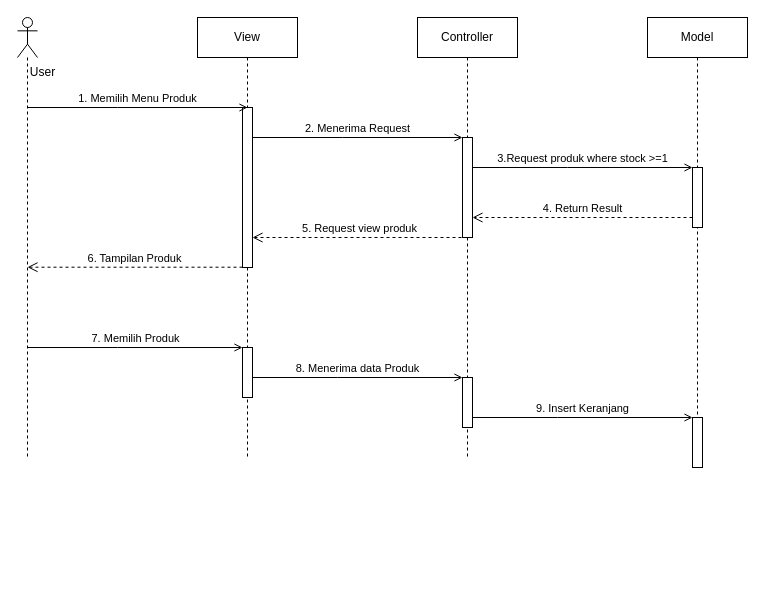
This is page "addCart_sequernce" (5 of 8) of sequence.drawio from ThikerXCX/umltoko, a draw.io file, before an edit. Source tidied: cells renumbered, new cells numbered last; positions are measured from the earlier drawing's top-left corner, leaving out a move shared by most shapes. Both pictures are drawn from the tidied source at 100%, with x=0, y=0 at pixel (17, 17).
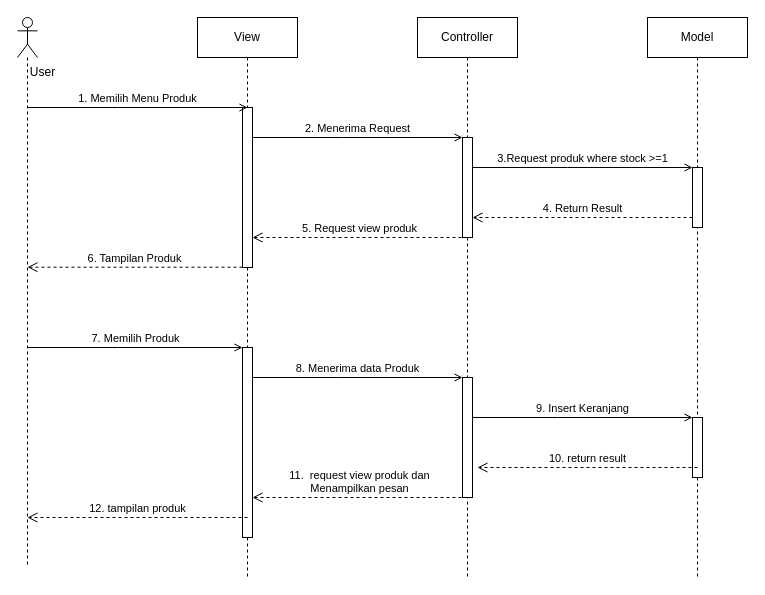
Above is the later version.

Diff of the diagram source:
```diff
@@
     <mxCell id="2" style="shape=umlLifeline;perimeter=lifelinePerimeter;whiteSpace=wrap;html=1;outlineConnect=0;portConstraint=eastwest;newEdgeStyle={&quot;edgeStyle&quot;:&quot;elbowEdgeStyle&quot;,&quot;elbow&quot;:&quot;vertical&quot;,&quot;curved&quot;:0,&quot;rounded&quot;:0};participant=umlActor;" parent="1" vertex="1">
-      <mxGeometry width="20" height="440" as="geometry" />
+      <mxGeometry width="20" height="550" as="geometry" />
     </mxCell>
     <mxCell id="3" value="View" style="shape=umlLifeline;perimeter=lifelinePerimeter;whiteSpace=wrap;html=1;newEdgeStyle={&quot;edgeStyle&quot;:&quot;elbowEdgeStyle&quot;,&quot;elbow&quot;:&quot;vertical&quot;,&quot;curved&quot;:0,&quot;rounded&quot;:0};" parent="1" vertex="1">
-      <mxGeometry x="180" width="100" height="440" as="geometry" />
+      <mxGeometry x="180" width="100" height="560" as="geometry" />
     </mxCell>
@@
     <mxCell id="5" style="html=1;points=[];perimeter=orthogonalPerimeter;outlineConnect=0;targetShapes=umlLifeline;portConstraint=eastwest;newEdgeStyle={&quot;edgeStyle&quot;:&quot;elbowEdgeStyle&quot;,&quot;elbow&quot;:&quot;vertical&quot;,&quot;curved&quot;:0,&quot;rounded&quot;:0};" parent="3" vertex="1">
-      <mxGeometry x="45" y="330" width="10" height="50" as="geometry" />
+      <mxGeometry x="45" y="330" width="10" height="190" as="geometry" />
     </mxCell>
@@
     <mxCell id="7" value="Controller" style="shape=umlLifeline;perimeter=lifelinePerimeter;whiteSpace=wrap;html=1;newEdgeStyle={&quot;edgeStyle&quot;:&quot;elbowEdgeStyle&quot;,&quot;elbow&quot;:&quot;vertical&quot;,&quot;curved&quot;:0,&quot;rounded&quot;:0};" parent="1" vertex="1">
-      <mxGeometry x="400" width="100" height="440" as="geometry" />
+      <mxGeometry x="400" width="100" height="560" as="geometry" />
     </mxCell>
@@
     <mxCell id="9" style="html=1;points=[];perimeter=orthogonalPerimeter;outlineConnect=0;targetShapes=umlLifeline;portConstraint=eastwest;newEdgeStyle={&quot;edgeStyle&quot;:&quot;elbowEdgeStyle&quot;,&quot;elbow&quot;:&quot;vertical&quot;,&quot;curved&quot;:0,&quot;rounded&quot;:0};" parent="7" vertex="1">
-      <mxGeometry x="45" y="360" width="10" height="50" as="geometry" />
+      <mxGeometry x="45" y="360" width="10" height="120" as="geometry" />
     </mxCell>
     <mxCell id="10" value="Model" style="shape=umlLifeline;perimeter=lifelinePerimeter;whiteSpace=wrap;html=1;newEdgeStyle={&quot;edgeStyle&quot;:&quot;elbowEdgeStyle&quot;,&quot;elbow&quot;:&quot;vertical&quot;,&quot;curved&quot;:0,&quot;rounded&quot;:0};" parent="1" vertex="1">
-      <mxGeometry x="630" width="100" height="450" as="geometry" />
+      <mxGeometry x="630" width="100" height="560" as="geometry" />
     </mxCell>
@@
     <mxCell id="12" style="html=1;points=[];perimeter=orthogonalPerimeter;outlineConnect=0;targetShapes=umlLifeline;portConstraint=eastwest;newEdgeStyle={&quot;edgeStyle&quot;:&quot;elbowEdgeStyle&quot;,&quot;elbow&quot;:&quot;vertical&quot;,&quot;curved&quot;:0,&quot;rounded&quot;:0};" parent="10" vertex="1">
-      <mxGeometry x="45" y="400" width="10" height="50" as="geometry" />
+      <mxGeometry x="45" y="400" width="10" height="60" as="geometry" />
     </mxCell>
@@
+    <mxCell id="22" value="12. tampilan produk" style="endArrow=open;startArrow=none;endFill=0;startFill=0;endSize=8;html=1;verticalAlign=bottom;dashed=1;labelBackgroundColor=none;rounded=0;" parent="1" edge="1">
+      <mxGeometry relative="1" as="geometry">
+        <mxPoint x="230" y="500" as="sourcePoint" />
+        <mxPoint x="10" y="500" as="targetPoint" />
+        <Array as="points">
+          <mxPoint x="80" y="500" />
+        </Array>
+      </mxGeometry>
+    </mxCell>
+    <mxCell id="23" value="11.&amp;nbsp; request view produk dan&lt;br&gt;Menampilkan pesan" style="endArrow=open;startArrow=none;endFill=0;startFill=0;endSize=8;html=1;verticalAlign=bottom;dashed=1;labelBackgroundColor=none;rounded=0;" parent="1" edge="1" target="5">
+      <mxGeometry relative="1" as="geometry">
+        <mxPoint x="450" y="480" as="sourcePoint" />
+        <Array as="points">
+          <mxPoint x="300" y="480" />
+        </Array>
+      </mxGeometry>
+    </mxCell>
+    <mxCell id="24" value="10. return result" style="endArrow=open;startArrow=none;endFill=0;startFill=0;endSize=8;html=1;verticalAlign=bottom;dashed=1;labelBackgroundColor=none;rounded=0;" parent="1" edge="1">
+      <mxGeometry relative="1" as="geometry">
+        <mxPoint x="680" y="450" as="sourcePoint" />
+        <mxPoint x="460" y="450" as="targetPoint" />
+        <Array as="points">
+          <mxPoint x="530" y="450" />
+        </Array>
+      </mxGeometry>
+    </mxCell>
```
